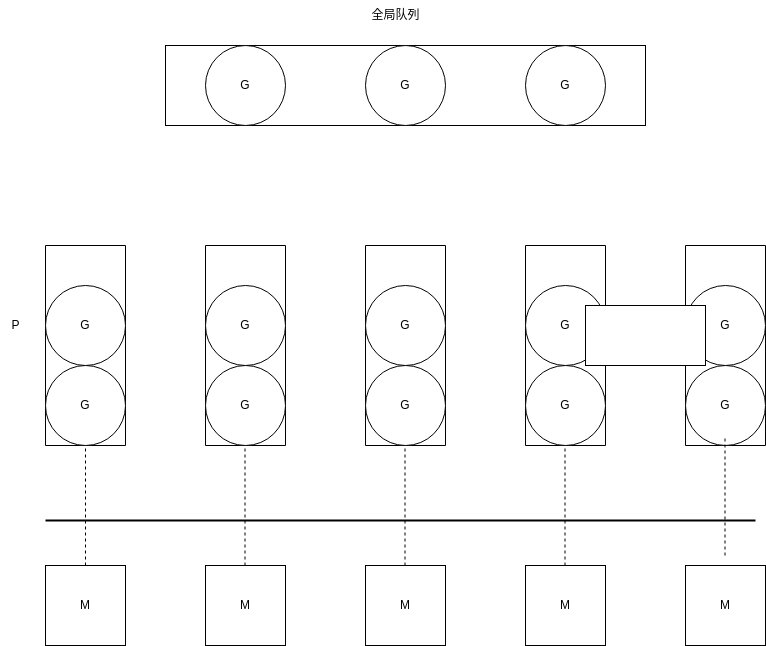
Above: img/GPM.png in zlmsx/zlmsx.github.io (draw.io), before the change. Source tidied: cells renumbered, new cells last; positions are measured from the earlier drawing's top-left corner, leaving out a move shared by most shapes.
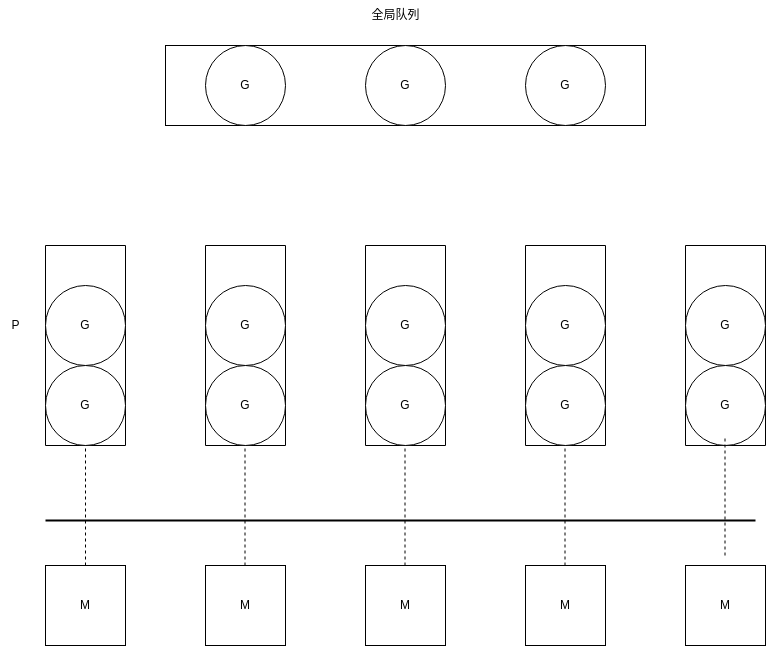
The same file after the commit.

Change to the diagram source:
```diff
@@ -95,9 +95,6 @@
         <mxPoint x="724.5" y="435" as="targetPoint" />
       </mxGeometry>
     </mxCell>
-    <mxCell id="29" style="rounded=0;whiteSpace=wrap;html=1;" parent="1" vertex="1">
-      <mxGeometry x="585" y="305" width="120" height="60" as="geometry" />
-    </mxCell>
     <mxCell id="30" style="rounded=0;whiteSpace=wrap;html=1;" parent="1" vertex="1">
       <mxGeometry x="165" y="45" width="480" height="80" as="geometry" />
     </mxCell>
```
